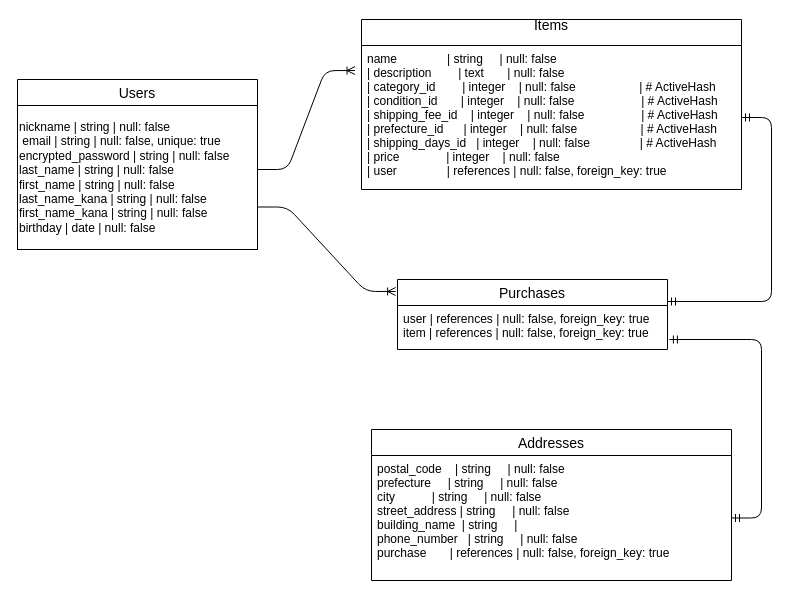
The draw.io diagram furima.dio in sun2525/furima-41906, before the edit. Source tidied: cells renumbered, new cells numbered last; positions are measured from the earlier drawing's top-left corner, leaving out a move shared by most shapes. Both pictures are drawn from the tidied source at 100%, with x=0, y=0 at pixel (17, 19).
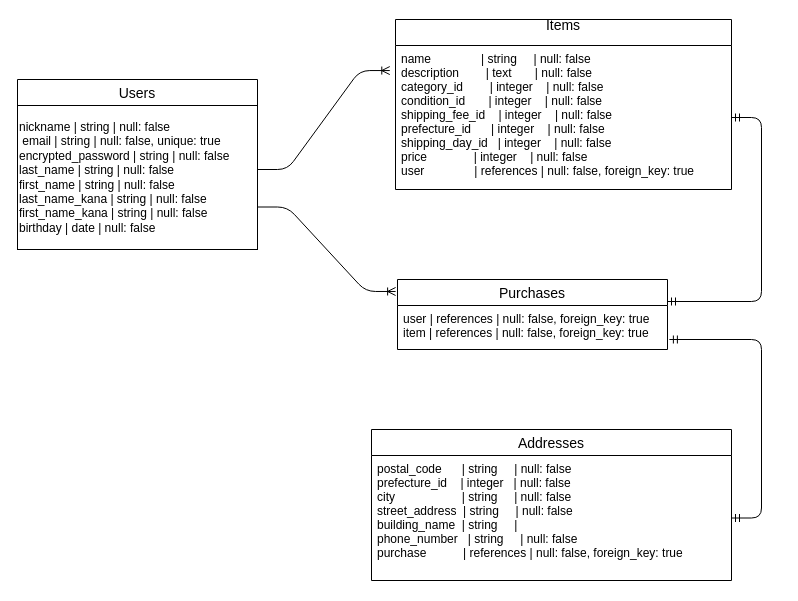
Above is the later version.

Commit message (it also covers changes not shown here):
カラム名修正と # ActiveHash削除

Diff of the diagram source:
```diff
@@
 <mxGraphModel>
   <root>
     <mxCell id="0" />
     <mxCell id="1" parent="0" />
     <mxCell id="2" value="Users" style="swimlane;fontStyle=0;horizontal=1;startSize=26;align=center;fontSize=14;" parent="1" vertex="1">
       <mxGeometry y="60" width="240" height="170" as="geometry" />
     </mxCell>
     <mxCell id="3" value="nickname            | string | null: false&amp;nbsp;&lt;br&gt;&amp;nbsp;email               | string | null: false, unique: true&amp;nbsp;&lt;br&gt;encrypted&lt;span class=&quot;hljs-emphasis&quot;&gt;_password  | string | null: false&amp;nbsp;&lt;br&gt;last_&lt;/span&gt;name           | string | null: false&amp;nbsp;&lt;br&gt;first&lt;span class=&quot;hljs-emphasis&quot;&gt;_name          | string | null: false&amp;nbsp;&lt;br&gt;last_&lt;/span&gt;name&lt;span class=&quot;hljs-emphasis&quot;&gt;_kana      | string | null: false&amp;nbsp;&lt;br&gt;first_&lt;/span&gt;name&lt;span class=&quot;hljs-emphasis&quot;&gt;_kana     | string | null: false&amp;nbsp;&lt;br&gt;birthday            | date   | null: false&amp;nbsp;&amp;nbsp;&lt;/span&gt;" style="rounded=0;whiteSpace=wrap;html=1;align=left;" parent="2" vertex="1">
       <mxGeometry y="26" width="240" height="144" as="geometry" />
     </mxCell>
     <mxCell id="4" value="Purchases" style="swimlane;fontStyle=0;horizontal=1;startSize=26;align=center;fontSize=14;" parent="1" vertex="1">
       <mxGeometry x="380" y="260" width="270" height="70" as="geometry" />
     </mxCell>
     <mxCell id="5" value="user           | references | null: false, foreign_key: true &#10;item           | references | null: false, foreign_key: true " style="text;strokeColor=none;fillColor=none;spacingLeft=4;spacingRight=4;overflow=hidden;points=[[0,0.5],[1,0.5]];portConstraint=eastwest;fontSize=12;" parent="4" vertex="1">
       <mxGeometry y="26" width="270" height="44" as="geometry" />
     </mxCell>
     <mxCell id="6" value="Items&#10;" style="swimlane;fontStyle=0;horizontal=1;startSize=26;align=center;fontSize=14;" parent="1" vertex="1">
-      <mxGeometry x="344" width="380" height="170" as="geometry" />
+      <mxGeometry x="378" width="336" height="170" as="geometry" />
     </mxCell>
-    <mxCell id="7" value="name               | string     | null: false                    &#10;| description        | text       | null: false                   &#10;| category_id        | integer    | null: false                   | # ActiveHash&#10;| condition_id       | integer    | null: false                    | # ActiveHash&#10;| shipping_fee_id    | integer    | null: false                 | # ActiveHash&#10;| prefecture_id      | integer    | null: false                   | # ActiveHash&#10;| shipping_days_id   | integer    | null: false               | # ActiveHash&#10;| price              | integer    | null: false                    &#10;| user               | references | null: false, foreign_key: true " style="text;strokeColor=none;fillColor=none;spacingLeft=4;spacingRight=4;overflow=hidden;points=[[0,0.5],[1,0.5]];portConstraint=eastwest;fontSize=12;" parent="6" vertex="1">
-      <mxGeometry y="26" width="380" height="144" as="geometry" />
+    <mxCell id="7" value="name               | string     | null: false                    &#10;description        | text       | null: false                   &#10;category_id        | integer    | null: false                 &#10;condition_id       | integer    | null: false                   &#10;shipping_fee_id    | integer    | null: false                 &#10;prefecture_id      | integer    | null: false                   &#10;shipping_day_id   | integer    | null: false              &#10;price              | integer    | null: false                    &#10;user               | references | null: false, foreign_key: true " style="text;strokeColor=none;fillColor=none;spacingLeft=4;spacingRight=4;overflow=hidden;points=[[0,0.5],[1,0.5]];portConstraint=eastwest;fontSize=12;" parent="6" vertex="1">
+      <mxGeometry y="26" width="336" height="144" as="geometry" />
     </mxCell>
     <mxCell id="8" value="Addresses" style="swimlane;fontStyle=0;horizontal=1;startSize=26;align=center;fontSize=14;" parent="1" vertex="1">
       <mxGeometry x="354" y="410" width="360" height="151" as="geometry" />
     </mxCell>
-    <mxCell id="9" value="postal_code    | string     | null: false                  &#10;prefecture     | string     | null: false                  &#10;city           | string     | null: false                 &#10;street_address | string     | null: false                  &#10;building_name  | string     |                             &#10;phone_number   | string     | null: false                   &#10;purchase       | references | null: false, foreign_key: true " style="text;strokeColor=none;fillColor=none;spacingLeft=4;spacingRight=4;overflow=hidden;points=[[0,0.5],[1,0.5]];portConstraint=eastwest;fontSize=12;" parent="8" vertex="1">
+    <mxCell id="9" value="postal_code      | string     | null: false                  &#10;prefecture_id    | integer   | null: false                  &#10;city                    | string     | null: false                 &#10;street_address  | string     | null: false                  &#10;building_name  | string     |                             &#10;phone_number   | string     | null: false                   &#10;purchase           | references | null: false, foreign_key: true " style="text;strokeColor=none;fillColor=none;spacingLeft=4;spacingRight=4;overflow=hidden;points=[[0,0.5],[1,0.5]];portConstraint=eastwest;fontSize=12;" parent="8" vertex="1">
       <mxGeometry y="26" width="360" height="125" as="geometry" />
     </mxCell>
     <mxCell id="10" style="edgeStyle=entityRelationEdgeStyle;fontSize=12;html=1;endArrow=ERoneToMany;entryX=-0.017;entryY=0.174;entryDx=0;entryDy=0;entryPerimeter=0;" parent="1" edge="1" target="7">
       <mxGeometry relative="1" as="geometry">
         <mxPoint x="240" y="150" as="sourcePoint" />
       </mxGeometry>
     </mxCell>
     <mxCell id="11" style="edgeStyle=entityRelationEdgeStyle;fontSize=12;html=1;endArrow=ERoneToMany;exitX=1;exitY=0.75;exitDx=0;exitDy=0;entryX=-0.007;entryY=0.171;entryDx=0;entryDy=0;entryPerimeter=0;" parent="1" edge="1" source="2" target="4">
       <mxGeometry relative="1" as="geometry" />
     </mxCell>
     <mxCell id="12" style="edgeStyle=entityRelationEdgeStyle;fontSize=12;html=1;endArrow=ERmandOne;startArrow=ERmandOne;exitX=1;exitY=-0.091;exitDx=0;exitDy=0;exitPerimeter=0;" parent="1" edge="1" source="5" target="7">
       <mxGeometry relative="1" as="geometry" />
     </mxCell>
     <mxCell id="13" style="edgeStyle=entityRelationEdgeStyle;fontSize=12;html=1;endArrow=ERmandOne;startArrow=ERmandOne;entryX=1.007;entryY=0.773;entryDx=0;entryDy=0;entryPerimeter=0;" parent="1" edge="1" source="9" target="5">
       <mxGeometry relative="1" as="geometry" />
     </mxCell>
   </root>
 </mxGraphModel>
```
